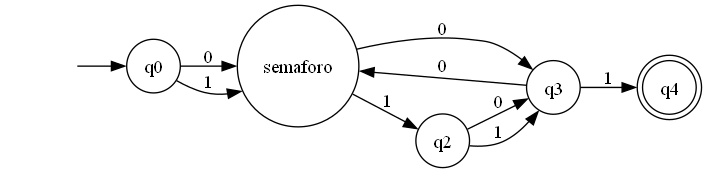
This is Juego Completo.gv.png from CRincon115/AutomatasFinal, a Graphviz export, as it was before one commit. Its source is kept beside it as Juego Completo.gv.
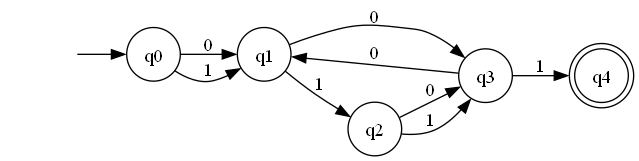
After the change.

Change to the diagram source:
```diff
@@ -3,16 +3,16 @@
 	"" [label="" shape=plaintext]
 	q4 [label=q4 shape=doublecircle]
 	q3 [label=q3 shape=circle]
+	q1 [label=q1 shape=circle]
+	q2 [label=q2 shape=circle]
 	q0 [label=q0 shape=circle]
-	semaforo [label=semaforo shape=circle]
-	q2 [label=q2 shape=circle]
 	"" -> q0 [label=""]
-	q0 -> semaforo [label=0]
-	q0 -> semaforo [label=1]
-	semaforo -> q3 [label=0]
-	semaforo -> q2 [label=1]
+	q0 -> q1 [label=0]
+	q0 -> q1 [label=1]
+	q1 -> q3 [label=0]
+	q1 -> q2 [label=1]
 	q2 -> q3 [label=0]
 	q2 -> q3 [label=1]
-	q3 -> semaforo [label=0]
+	q3 -> q1 [label=0]
 	q3 -> q4 [label=1]
 }
```
